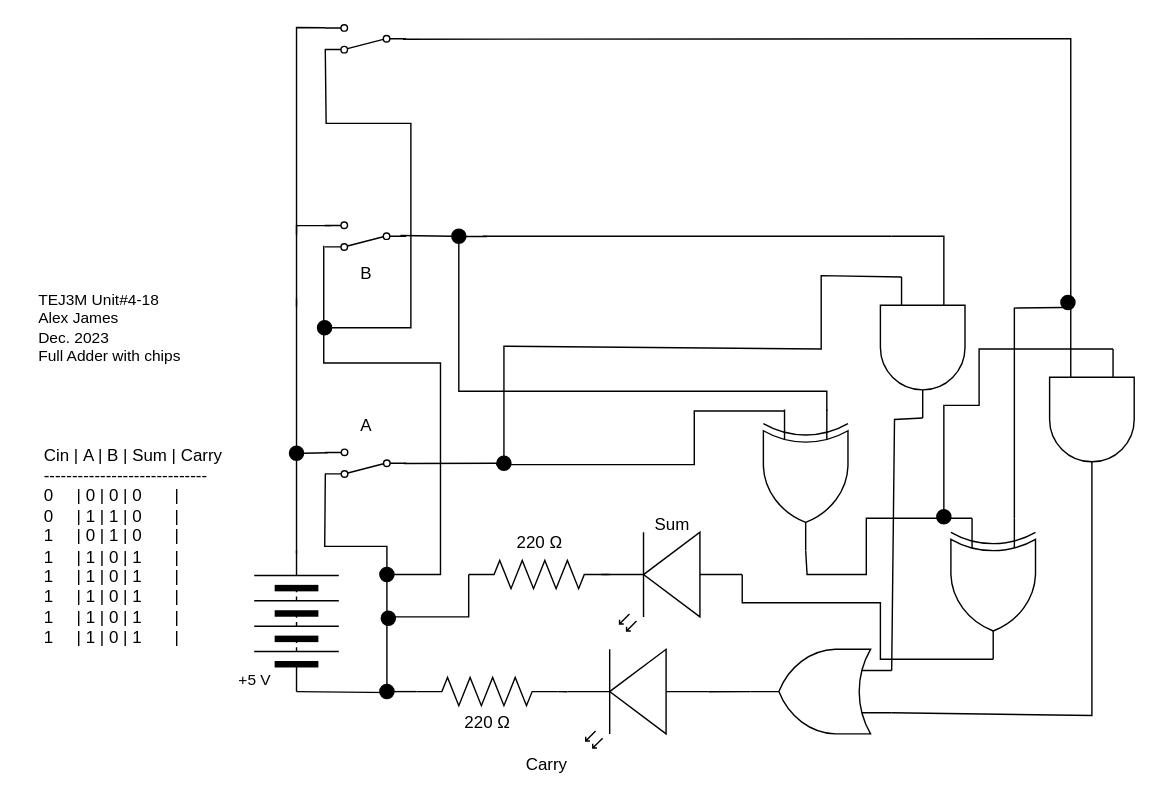
Before: Unit-4-18/4-18.drawio in Alexander-James2/TEJ3M-Unit-4, a draw.io diagram. Source tidied: cells renumbered, new cells numbered last; positions are measured from the earlier drawing's top-left corner, leaving out a move shared by most shapes. Both pictures are drawn from the tidied source at 141%, with x=0, y=0 at pixel (24, 24).
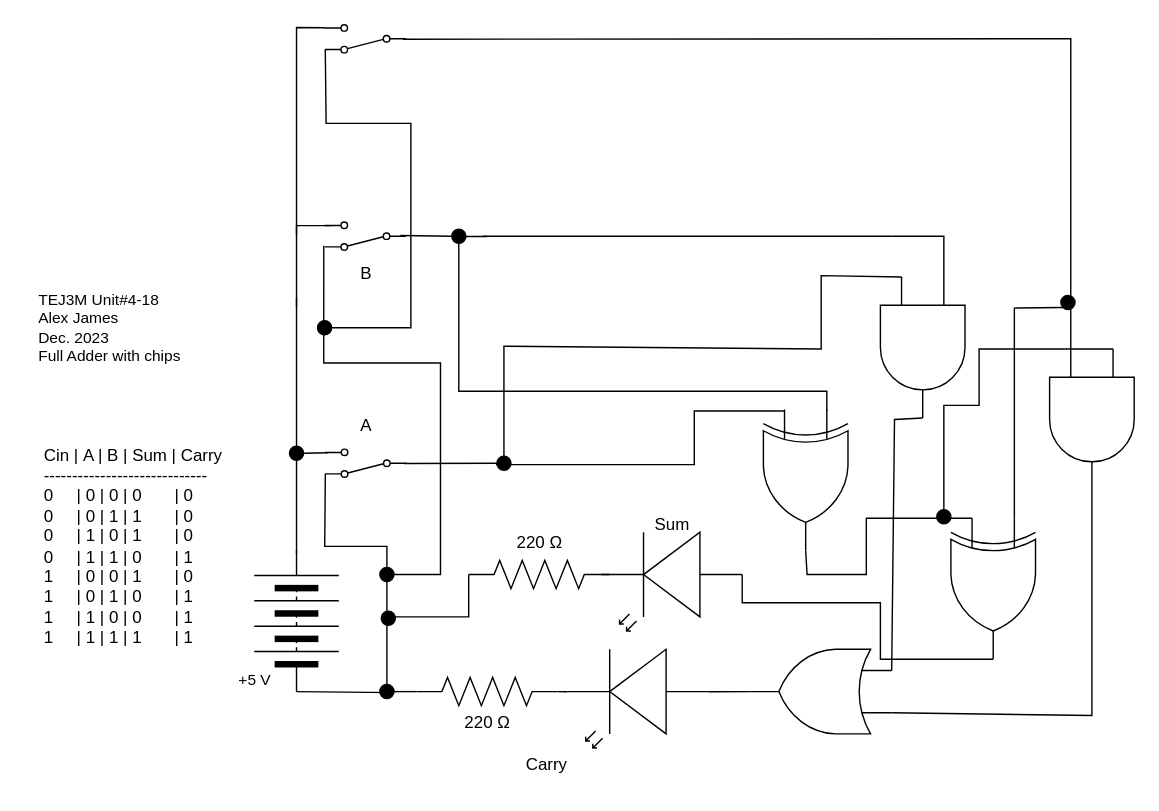
The same page after the edit.

Change to the diagram source:
```diff
@@
-    <mxCell id="10" value="Cin |&amp;nbsp;A | B | Sum |&amp;nbsp;Carry&lt;br&gt;-----------------------------&lt;br&gt;0&amp;nbsp; &amp;nbsp; &amp;nbsp;| 0 | 0&amp;nbsp;| 0&amp;nbsp; &amp;nbsp; &amp;nbsp; &amp;nbsp;|&amp;nbsp;&amp;nbsp;&lt;br&gt;0&amp;nbsp; &amp;nbsp; &amp;nbsp;| 1 | 1&amp;nbsp;| 0&amp;nbsp; &amp;nbsp; &amp;nbsp; &amp;nbsp;|&amp;nbsp;&lt;br&gt;1&amp;nbsp; &amp;nbsp; &amp;nbsp;| 0 | 1 | 0&amp;nbsp; &amp;nbsp; &amp;nbsp; &amp;nbsp;|&amp;nbsp;&lt;br&gt;1&amp;nbsp; &amp;nbsp; &amp;nbsp;| 1 | 0 | 1&amp;nbsp; &amp;nbsp; &amp;nbsp; &amp;nbsp;|&amp;nbsp;&lt;br&gt;1&amp;nbsp; &amp;nbsp; &amp;nbsp;| 1 | 0 | 1&amp;nbsp; &amp;nbsp; &amp;nbsp; &amp;nbsp;|&amp;nbsp;&lt;br&gt;1&amp;nbsp; &amp;nbsp; &amp;nbsp;| 1 | 0 | 1&amp;nbsp; &amp;nbsp; &amp;nbsp; &amp;nbsp;|&amp;nbsp;&lt;br&gt;1&amp;nbsp; &amp;nbsp; &amp;nbsp;| 1 | 0 | 1&amp;nbsp; &amp;nbsp; &amp;nbsp; &amp;nbsp;|&amp;nbsp;&lt;br&gt;1&amp;nbsp; &amp;nbsp; &amp;nbsp;| 1 | 0 | 1&amp;nbsp; &amp;nbsp; &amp;nbsp; &amp;nbsp;|&amp;nbsp;" style="text;html=1;align=left;verticalAlign=middle;strokeColor=none;fillColor=none;" parent="1" vertex="1">
+    <mxCell id="10" value="Cin |&amp;nbsp;A | B | Sum |&amp;nbsp;Carry&lt;br&gt;-----------------------------&lt;br&gt;0&amp;nbsp; &amp;nbsp; &amp;nbsp;| 0 | 0&amp;nbsp;| 0&amp;nbsp; &amp;nbsp; &amp;nbsp; &amp;nbsp;| 0&amp;nbsp;&lt;br&gt;0&amp;nbsp; &amp;nbsp; &amp;nbsp;| 0 | 1&amp;nbsp;| 1&amp;nbsp; &amp;nbsp; &amp;nbsp; &amp;nbsp;| 0&lt;br&gt;0&amp;nbsp; &amp;nbsp; &amp;nbsp;| 1 | 0 | 1&amp;nbsp; &amp;nbsp; &amp;nbsp; &amp;nbsp;| 0&lt;br&gt;0&amp;nbsp; &amp;nbsp; &amp;nbsp;| 1 | 1 | 0&amp;nbsp; &amp;nbsp; &amp;nbsp; &amp;nbsp;| 1&lt;br&gt;1&amp;nbsp; &amp;nbsp; &amp;nbsp;| 0 | 0 | 1&amp;nbsp; &amp;nbsp; &amp;nbsp; &amp;nbsp;| 0&lt;br&gt;1&amp;nbsp; &amp;nbsp; &amp;nbsp;| 0 | 1 | 0&amp;nbsp; &amp;nbsp; &amp;nbsp; &amp;nbsp;| 1&lt;br&gt;1&amp;nbsp; &amp;nbsp; &amp;nbsp;| 1 | 0 | 0&amp;nbsp; &amp;nbsp; &amp;nbsp; &amp;nbsp;| 1&lt;br&gt;1&amp;nbsp; &amp;nbsp; &amp;nbsp;| 1 | 1 | 1&amp;nbsp; &amp;nbsp; &amp;nbsp; &amp;nbsp;| 1" style="text;html=1;align=left;verticalAlign=middle;strokeColor=none;fillColor=none;" parent="1" vertex="1">
       <mxGeometry x="12" y="290" width="150" height="160" as="geometry" />
     </mxCell>
```
